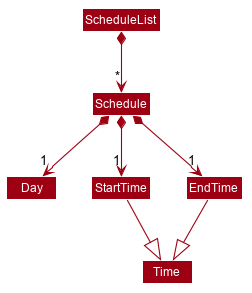
This is images/ScheduleClassDiagram.png from AY1920S2-CS2103T-F11-2/main, a PlantUML export, as it was before one commit.
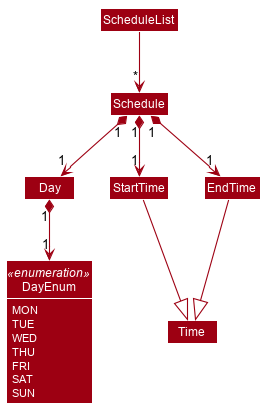
Above is the later version.

The edit, as a diff of the source:
```diff
@@ -50,12 +50,27 @@
 skinparam arrowThickness 1.1
 skinparam arrowColor #9D0012
 skinparam classBackgroundColor #9D0012
+show DayEnum attributes
+skinparam ClassAttributeFontColor #FFFFFF
 
-ScheduleList *--> "*" Schedule
 
-Schedule *--> "1" Day
-Schedule *--> "1" StartTime
-Schedule *--> "1" EndTime
+enum DayEnum <<enumeration>> {
+    MON
+    TUE
+    WED
+    THU
+    FRI
+    SAT
+    SUN
+}
+
+ScheduleList --> "*" Schedule
+
+Schedule "1" *--> "1" Day
+Schedule "1" *--> "1" StartTime
+Schedule "1" *--> "1" EndTime
+
+Day "1" *--> "1" DayEnum
 
 StartTime --|> Time
 EndTime --|> Time
```
